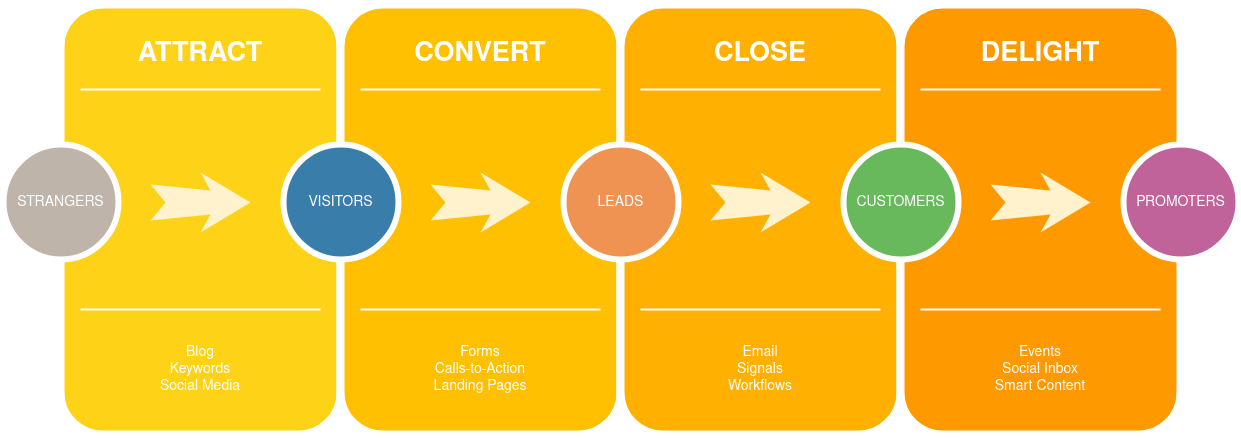
enavarrom/operatortest keeps this draw.io diagram as CD_Diagram.drawio.png. Above is the earlier version. Source tidied: cells renumbered, new cells last; positions are measured from the earlier drawing's top-left corner, leaving out a move shared by most shapes. The source it was exported from:
```xml
<mxGraphModel>
  <root>
    <mxCell id="0" />
    <mxCell id="1" parent="0" />
    <mxCell id="2" style="whiteSpace=wrap;html=1;rounded=1;shadow=0;strokeWidth=8;fontSize=20;align=center;fillColor=#FED217;strokeColor=#FFFFFF;" parent="1" vertex="1">
      <mxGeometry x="57" width="280" height="430" as="geometry" />
    </mxCell>
    <mxCell id="3" value="ATTRACT" style="text;html=1;strokeColor=none;fillColor=none;align=center;verticalAlign=middle;whiteSpace=wrap;rounded=0;shadow=0;fontSize=27;fontColor=#FFFFFF;fontStyle=1;" parent="1" vertex="1">
      <mxGeometry x="57" y="20" width="280" height="60" as="geometry" />
    </mxCell>
    <mxCell id="4" value="Blog&lt;div&gt;Keywords&lt;/div&gt;&lt;div&gt;Social Media&lt;/div&gt;" style="text;html=1;strokeColor=none;fillColor=none;align=center;verticalAlign=middle;whiteSpace=wrap;rounded=0;shadow=0;fontSize=14;fontColor=#FFFFFF;" parent="1" vertex="1">
      <mxGeometry x="57" y="320" width="280" height="90" as="geometry" />
    </mxCell>
    <mxCell id="5" style="line;strokeWidth=2;html=1;rounded=0;shadow=0;fontSize=27;align=center;fillColor=none;strokeColor=#FFFFFF;" parent="1" vertex="1">
      <mxGeometry x="77" y="80" width="240" height="10" as="geometry" />
    </mxCell>
    <mxCell id="6" style="line;strokeWidth=2;html=1;rounded=0;shadow=0;fontSize=27;align=center;fillColor=none;strokeColor=#FFFFFF;" parent="1" vertex="1">
      <mxGeometry x="77" y="300" width="240" height="10" as="geometry" />
    </mxCell>
    <mxCell id="7" value="STRANGERS" style="ellipse;whiteSpace=wrap;html=1;rounded=0;shadow=0;strokeWidth=6;fontSize=14;align=center;fillColor=#BFB4A9;strokeColor=#FFFFFF;fontColor=#FFFFFF;" parent="1" vertex="1">
      <mxGeometry y="140" width="115" height="115" as="geometry" />
    </mxCell>
    <mxCell id="8" style="html=1;shadow=0;dashed=0;align=center;verticalAlign=middle;shape=mxgraph.arrows2.stylisedArrow;dy=0.6;dx=40;notch=15;feather=0.4;rounded=0;strokeWidth=1;fontSize=27;strokeColor=none;fillColor=#fff2cc;" parent="1" vertex="1">
      <mxGeometry x="147" y="168" width="100" height="60" as="geometry" />
    </mxCell>
    <mxCell id="9" style="whiteSpace=wrap;html=1;rounded=1;shadow=0;strokeWidth=8;fontSize=20;align=center;fillColor=#FFC001;strokeColor=#FFFFFF;" parent="1" vertex="1">
      <mxGeometry x="337" width="280" height="430" as="geometry" />
    </mxCell>
    <mxCell id="10" value="CONVERT" style="text;html=1;strokeColor=none;fillColor=none;align=center;verticalAlign=middle;whiteSpace=wrap;rounded=0;shadow=0;fontSize=27;fontColor=#FFFFFF;fontStyle=1;" parent="1" vertex="1">
      <mxGeometry x="337" y="20" width="280" height="60" as="geometry" />
    </mxCell>
    <mxCell id="11" value="Forms&lt;div&gt;Calls-to-Action&lt;/div&gt;&lt;div&gt;Landing Pages&lt;/div&gt;" style="text;html=1;strokeColor=none;fillColor=none;align=center;verticalAlign=middle;whiteSpace=wrap;rounded=0;shadow=0;fontSize=14;fontColor=#FFFFFF;" parent="1" vertex="1">
      <mxGeometry x="337" y="320" width="280" height="90" as="geometry" />
    </mxCell>
    <mxCell id="12" style="line;strokeWidth=2;html=1;rounded=0;shadow=0;fontSize=27;align=center;fillColor=none;strokeColor=#FFFFFF;" parent="1" vertex="1">
      <mxGeometry x="357" y="80" width="240" height="10" as="geometry" />
    </mxCell>
    <mxCell id="13" style="line;strokeWidth=2;html=1;rounded=0;shadow=0;fontSize=27;align=center;fillColor=none;strokeColor=#FFFFFF;" parent="1" vertex="1">
      <mxGeometry x="357" y="300" width="240" height="10" as="geometry" />
    </mxCell>
    <mxCell id="14" value="VISITORS" style="ellipse;whiteSpace=wrap;html=1;rounded=0;shadow=0;strokeWidth=6;fontSize=14;align=center;fillColor=#397DAA;strokeColor=#FFFFFF;fontColor=#FFFFFF;" parent="1" vertex="1">
      <mxGeometry x="280" y="140" width="115" height="115" as="geometry" />
    </mxCell>
    <mxCell id="15" style="html=1;shadow=0;dashed=0;align=center;verticalAlign=middle;shape=mxgraph.arrows2.stylisedArrow;dy=0.6;dx=40;notch=15;feather=0.4;rounded=0;strokeWidth=1;fontSize=27;strokeColor=none;fillColor=#fff2cc;" parent="1" vertex="1">
      <mxGeometry x="427" y="168" width="100" height="60" as="geometry" />
    </mxCell>
    <mxCell id="16" style="whiteSpace=wrap;html=1;rounded=1;shadow=0;strokeWidth=8;fontSize=20;align=center;fillColor=#FFB001;strokeColor=#FFFFFF;" parent="1" vertex="1">
      <mxGeometry x="617" width="280" height="430" as="geometry" />
    </mxCell>
    <mxCell id="17" value="CLOSE" style="text;html=1;strokeColor=none;fillColor=none;align=center;verticalAlign=middle;whiteSpace=wrap;rounded=0;shadow=0;fontSize=27;fontColor=#FFFFFF;fontStyle=1;" parent="1" vertex="1">
      <mxGeometry x="617" y="20" width="280" height="60" as="geometry" />
    </mxCell>
    <mxCell id="18" value="Email&lt;div&gt;Signals&lt;/div&gt;&lt;div&gt;Workflows&lt;/div&gt;" style="text;html=1;strokeColor=none;fillColor=none;align=center;verticalAlign=middle;whiteSpace=wrap;rounded=0;shadow=0;fontSize=14;fontColor=#FFFFFF;" parent="1" vertex="1">
      <mxGeometry x="617" y="320" width="280" height="90" as="geometry" />
    </mxCell>
    <mxCell id="19" style="line;strokeWidth=2;html=1;rounded=0;shadow=0;fontSize=27;align=center;fillColor=none;strokeColor=#FFFFFF;" parent="1" vertex="1">
      <mxGeometry x="637" y="80" width="240" height="10" as="geometry" />
    </mxCell>
    <mxCell id="20" style="line;strokeWidth=2;html=1;rounded=0;shadow=0;fontSize=27;align=center;fillColor=none;strokeColor=#FFFFFF;" parent="1" vertex="1">
      <mxGeometry x="637" y="300" width="240" height="10" as="geometry" />
    </mxCell>
    <mxCell id="21" value="LEADS" style="ellipse;whiteSpace=wrap;html=1;rounded=0;shadow=0;strokeWidth=6;fontSize=14;align=center;fillColor=#EF9353;strokeColor=#FFFFFF;fontColor=#FFFFFF;" parent="1" vertex="1">
      <mxGeometry x="560" y="140" width="115" height="115" as="geometry" />
    </mxCell>
    <mxCell id="22" style="html=1;shadow=0;dashed=0;align=center;verticalAlign=middle;shape=mxgraph.arrows2.stylisedArrow;dy=0.6;dx=40;notch=15;feather=0.4;rounded=0;strokeWidth=1;fontSize=27;strokeColor=none;fillColor=#fff2cc;" parent="1" vertex="1">
      <mxGeometry x="707" y="168" width="100" height="60" as="geometry" />
    </mxCell>
    <mxCell id="23" style="whiteSpace=wrap;html=1;rounded=1;shadow=0;strokeWidth=8;fontSize=20;align=center;fillColor=#FE9900;strokeColor=#FFFFFF;" parent="1" vertex="1">
      <mxGeometry x="897" width="280" height="430" as="geometry" />
    </mxCell>
    <mxCell id="24" value="DELIGHT" style="text;html=1;strokeColor=none;fillColor=none;align=center;verticalAlign=middle;whiteSpace=wrap;rounded=0;shadow=0;fontSize=27;fontColor=#FFFFFF;fontStyle=1;" parent="1" vertex="1">
      <mxGeometry x="897" y="20" width="280" height="60" as="geometry" />
    </mxCell>
    <mxCell id="25" value="Events&lt;div&gt;Social Inbox&lt;/div&gt;&lt;div&gt;Smart Content&lt;/div&gt;" style="text;html=1;strokeColor=none;fillColor=none;align=center;verticalAlign=middle;whiteSpace=wrap;rounded=0;shadow=0;fontSize=14;fontColor=#FFFFFF;" parent="1" vertex="1">
      <mxGeometry x="897" y="320" width="280" height="90" as="geometry" />
    </mxCell>
    <mxCell id="26" style="line;strokeWidth=2;html=1;rounded=0;shadow=0;fontSize=27;align=center;fillColor=none;strokeColor=#FFFFFF;" parent="1" vertex="1">
      <mxGeometry x="917" y="80" width="240" height="10" as="geometry" />
    </mxCell>
    <mxCell id="27" style="line;strokeWidth=2;html=1;rounded=0;shadow=0;fontSize=27;align=center;fillColor=none;strokeColor=#FFFFFF;" parent="1" vertex="1">
      <mxGeometry x="917" y="300" width="240" height="10" as="geometry" />
    </mxCell>
    <mxCell id="28" value="CUSTOMERS" style="ellipse;whiteSpace=wrap;html=1;rounded=0;shadow=0;strokeWidth=6;fontSize=14;align=center;fillColor=#68B85C;strokeColor=#FFFFFF;fontColor=#FFFFFF;" parent="1" vertex="1">
      <mxGeometry x="840" y="140" width="115" height="115" as="geometry" />
    </mxCell>
    <mxCell id="29" style="html=1;shadow=0;dashed=0;align=center;verticalAlign=middle;shape=mxgraph.arrows2.stylisedArrow;dy=0.6;dx=40;notch=15;feather=0.4;rounded=0;strokeWidth=1;fontSize=27;strokeColor=none;fillColor=#fff2cc;" parent="1" vertex="1">
      <mxGeometry x="987" y="168" width="100" height="60" as="geometry" />
    </mxCell>
    <mxCell id="30" value="PROMOTERS" style="ellipse;whiteSpace=wrap;html=1;rounded=0;shadow=0;strokeWidth=6;fontSize=14;align=center;fillColor=#BF639A;strokeColor=#FFFFFF;fontColor=#FFFFFF;" parent="1" vertex="1">
      <mxGeometry x="1120" y="140" width="115" height="115" as="geometry" />
    </mxCell>
  </root>
</mxGraphModel>
```
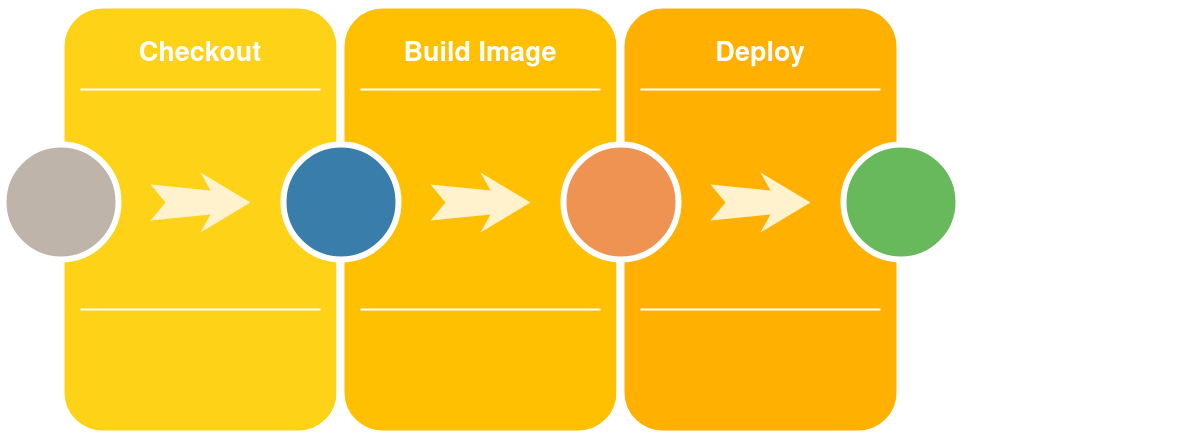
After the commit.

Diff of the diagram source:
```diff
@@ -5,19 +5,16 @@
     <mxCell id="2" style="whiteSpace=wrap;html=1;rounded=1;shadow=0;strokeWidth=8;fontSize=20;align=center;fillColor=#FED217;strokeColor=#FFFFFF;" parent="1" vertex="1">
       <mxGeometry x="57" width="280" height="430" as="geometry" />
     </mxCell>
-    <mxCell id="3" value="ATTRACT" style="text;html=1;strokeColor=none;fillColor=none;align=center;verticalAlign=middle;whiteSpace=wrap;rounded=0;shadow=0;fontSize=27;fontColor=#FFFFFF;fontStyle=1;" parent="1" vertex="1">
+    <mxCell id="3" value="Checkout" style="text;html=1;strokeColor=none;fillColor=none;align=center;verticalAlign=middle;whiteSpace=wrap;rounded=0;shadow=0;fontSize=27;fontColor=#FFFFFF;fontStyle=1;" parent="1" vertex="1">
       <mxGeometry x="57" y="20" width="280" height="60" as="geometry" />
     </mxCell>
-    <mxCell id="4" value="Blog&lt;div&gt;Keywords&lt;/div&gt;&lt;div&gt;Social Media&lt;/div&gt;" style="text;html=1;strokeColor=none;fillColor=none;align=center;verticalAlign=middle;whiteSpace=wrap;rounded=0;shadow=0;fontSize=14;fontColor=#FFFFFF;" parent="1" vertex="1">
-      <mxGeometry x="57" y="320" width="280" height="90" as="geometry" />
-    </mxCell>
     <mxCell id="5" style="line;strokeWidth=2;html=1;rounded=0;shadow=0;fontSize=27;align=center;fillColor=none;strokeColor=#FFFFFF;" parent="1" vertex="1">
       <mxGeometry x="77" y="80" width="240" height="10" as="geometry" />
     </mxCell>
     <mxCell id="6" style="line;strokeWidth=2;html=1;rounded=0;shadow=0;fontSize=27;align=center;fillColor=none;strokeColor=#FFFFFF;" parent="1" vertex="1">
       <mxGeometry x="77" y="300" width="240" height="10" as="geometry" />
     </mxCell>
-    <mxCell id="7" value="STRANGERS" style="ellipse;whiteSpace=wrap;html=1;rounded=0;shadow=0;strokeWidth=6;fontSize=14;align=center;fillColor=#BFB4A9;strokeColor=#FFFFFF;fontColor=#FFFFFF;" parent="1" vertex="1">
+    <mxCell id="7" style="ellipse;whiteSpace=wrap;html=1;rounded=0;shadow=0;strokeWidth=6;fontSize=14;align=center;fillColor=#BFB4A9;strokeColor=#FFFFFF;fontColor=#FFFFFF;" parent="1" vertex="1">
       <mxGeometry y="140" width="115" height="115" as="geometry" />
     </mxCell>
     <mxCell id="8" style="html=1;shadow=0;dashed=0;align=center;verticalAlign=middle;shape=mxgraph.arrows2.stylisedArrow;dy=0.6;dx=40;notch=15;feather=0.4;rounded=0;strokeWidth=1;fontSize=27;strokeColor=none;fillColor=#fff2cc;" parent="1" vertex="1">
@@ -26,19 +23,16 @@
     <mxCell id="9" style="whiteSpace=wrap;html=1;rounded=1;shadow=0;strokeWidth=8;fontSize=20;align=center;fillColor=#FFC001;strokeColor=#FFFFFF;" parent="1" vertex="1">
       <mxGeometry x="337" width="280" height="430" as="geometry" />
     </mxCell>
-    <mxCell id="10" value="CONVERT" style="text;html=1;strokeColor=none;fillColor=none;align=center;verticalAlign=middle;whiteSpace=wrap;rounded=0;shadow=0;fontSize=27;fontColor=#FFFFFF;fontStyle=1;" parent="1" vertex="1">
+    <mxCell id="10" value="Build Image" style="text;html=1;strokeColor=none;fillColor=none;align=center;verticalAlign=middle;whiteSpace=wrap;rounded=0;shadow=0;fontSize=27;fontColor=#FFFFFF;fontStyle=1;" parent="1" vertex="1">
       <mxGeometry x="337" y="20" width="280" height="60" as="geometry" />
     </mxCell>
-    <mxCell id="11" value="Forms&lt;div&gt;Calls-to-Action&lt;/div&gt;&lt;div&gt;Landing Pages&lt;/div&gt;" style="text;html=1;strokeColor=none;fillColor=none;align=center;verticalAlign=middle;whiteSpace=wrap;rounded=0;shadow=0;fontSize=14;fontColor=#FFFFFF;" parent="1" vertex="1">
-      <mxGeometry x="337" y="320" width="280" height="90" as="geometry" />
-    </mxCell>
     <mxCell id="12" style="line;strokeWidth=2;html=1;rounded=0;shadow=0;fontSize=27;align=center;fillColor=none;strokeColor=#FFFFFF;" parent="1" vertex="1">
       <mxGeometry x="357" y="80" width="240" height="10" as="geometry" />
     </mxCell>
     <mxCell id="13" style="line;strokeWidth=2;html=1;rounded=0;shadow=0;fontSize=27;align=center;fillColor=none;strokeColor=#FFFFFF;" parent="1" vertex="1">
       <mxGeometry x="357" y="300" width="240" height="10" as="geometry" />
     </mxCell>
-    <mxCell id="14" value="VISITORS" style="ellipse;whiteSpace=wrap;html=1;rounded=0;shadow=0;strokeWidth=6;fontSize=14;align=center;fillColor=#397DAA;strokeColor=#FFFFFF;fontColor=#FFFFFF;" parent="1" vertex="1">
+    <mxCell id="14" style="ellipse;whiteSpace=wrap;html=1;rounded=0;shadow=0;strokeWidth=6;fontSize=14;align=center;fillColor=#397DAA;strokeColor=#FFFFFF;fontColor=#FFFFFF;" parent="1" vertex="1">
       <mxGeometry x="280" y="140" width="115" height="115" as="geometry" />
     </mxCell>
     <mxCell id="15" style="html=1;shadow=0;dashed=0;align=center;verticalAlign=middle;shape=mxgraph.arrows2.stylisedArrow;dy=0.6;dx=40;notch=15;feather=0.4;rounded=0;strokeWidth=1;fontSize=27;strokeColor=none;fillColor=#fff2cc;" parent="1" vertex="1">
@@ -47,30 +41,21 @@
     <mxCell id="16" style="whiteSpace=wrap;html=1;rounded=1;shadow=0;strokeWidth=8;fontSize=20;align=center;fillColor=#FFB001;strokeColor=#FFFFFF;" parent="1" vertex="1">
       <mxGeometry x="617" width="280" height="430" as="geometry" />
     </mxCell>
-    <mxCell id="17" value="CLOSE" style="text;html=1;strokeColor=none;fillColor=none;align=center;verticalAlign=middle;whiteSpace=wrap;rounded=0;shadow=0;fontSize=27;fontColor=#FFFFFF;fontStyle=1;" parent="1" vertex="1">
+    <mxCell id="17" value="Deploy" style="text;html=1;strokeColor=none;fillColor=none;align=center;verticalAlign=middle;whiteSpace=wrap;rounded=0;shadow=0;fontSize=27;fontColor=#FFFFFF;fontStyle=1;" parent="1" vertex="1">
       <mxGeometry x="617" y="20" width="280" height="60" as="geometry" />
     </mxCell>
-    <mxCell id="18" value="Email&lt;div&gt;Signals&lt;/div&gt;&lt;div&gt;Workflows&lt;/div&gt;" style="text;html=1;strokeColor=none;fillColor=none;align=center;verticalAlign=middle;whiteSpace=wrap;rounded=0;shadow=0;fontSize=14;fontColor=#FFFFFF;" parent="1" vertex="1">
-      <mxGeometry x="617" y="320" width="280" height="90" as="geometry" />
-    </mxCell>
     <mxCell id="19" style="line;strokeWidth=2;html=1;rounded=0;shadow=0;fontSize=27;align=center;fillColor=none;strokeColor=#FFFFFF;" parent="1" vertex="1">
       <mxGeometry x="637" y="80" width="240" height="10" as="geometry" />
     </mxCell>
     <mxCell id="20" style="line;strokeWidth=2;html=1;rounded=0;shadow=0;fontSize=27;align=center;fillColor=none;strokeColor=#FFFFFF;" parent="1" vertex="1">
       <mxGeometry x="637" y="300" width="240" height="10" as="geometry" />
     </mxCell>
-    <mxCell id="21" value="LEADS" style="ellipse;whiteSpace=wrap;html=1;rounded=0;shadow=0;strokeWidth=6;fontSize=14;align=center;fillColor=#EF9353;strokeColor=#FFFFFF;fontColor=#FFFFFF;" parent="1" vertex="1">
+    <mxCell id="21" style="ellipse;whiteSpace=wrap;html=1;rounded=0;shadow=0;strokeWidth=6;fontSize=14;align=center;fillColor=#EF9353;strokeColor=#FFFFFF;fontColor=#FFFFFF;" parent="1" vertex="1">
       <mxGeometry x="560" y="140" width="115" height="115" as="geometry" />
     </mxCell>
     <mxCell id="22" style="html=1;shadow=0;dashed=0;align=center;verticalAlign=middle;shape=mxgraph.arrows2.stylisedArrow;dy=0.6;dx=40;notch=15;feather=0.4;rounded=0;strokeWidth=1;fontSize=27;strokeColor=none;fillColor=#fff2cc;" parent="1" vertex="1">
       <mxGeometry x="707" y="168" width="100" height="60" as="geometry" />
     </mxCell>
-    <mxCell id="23" style="whiteSpace=wrap;html=1;rounded=1;shadow=0;strokeWidth=8;fontSize=20;align=center;fillColor=#FE9900;strokeColor=#FFFFFF;" parent="1" vertex="1">
-      <mxGeometry x="897" width="280" height="430" as="geometry" />
-    </mxCell>
-    <mxCell id="24" value="DELIGHT" style="text;html=1;strokeColor=none;fillColor=none;align=center;verticalAlign=middle;whiteSpace=wrap;rounded=0;shadow=0;fontSize=27;fontColor=#FFFFFF;fontStyle=1;" parent="1" vertex="1">
-      <mxGeometry x="897" y="20" width="280" height="60" as="geometry" />
-    </mxCell>
     <mxCell id="25" value="Events&lt;div&gt;Social Inbox&lt;/div&gt;&lt;div&gt;Smart Content&lt;/div&gt;" style="text;html=1;strokeColor=none;fillColor=none;align=center;verticalAlign=middle;whiteSpace=wrap;rounded=0;shadow=0;fontSize=14;fontColor=#FFFFFF;" parent="1" vertex="1">
       <mxGeometry x="897" y="320" width="280" height="90" as="geometry" />
     </mxCell>
@@ -80,14 +65,8 @@
     <mxCell id="27" style="line;strokeWidth=2;html=1;rounded=0;shadow=0;fontSize=27;align=center;fillColor=none;strokeColor=#FFFFFF;" parent="1" vertex="1">
       <mxGeometry x="917" y="300" width="240" height="10" as="geometry" />
     </mxCell>
-    <mxCell id="28" value="CUSTOMERS" style="ellipse;whiteSpace=wrap;html=1;rounded=0;shadow=0;strokeWidth=6;fontSize=14;align=center;fillColor=#68B85C;strokeColor=#FFFFFF;fontColor=#FFFFFF;" parent="1" vertex="1">
+    <mxCell id="28" style="ellipse;whiteSpace=wrap;html=1;rounded=0;shadow=0;strokeWidth=6;fontSize=14;align=center;fillColor=#68B85C;strokeColor=#FFFFFF;fontColor=#FFFFFF;" parent="1" vertex="1">
       <mxGeometry x="840" y="140" width="115" height="115" as="geometry" />
     </mxCell>
-    <mxCell id="29" style="html=1;shadow=0;dashed=0;align=center;verticalAlign=middle;shape=mxgraph.arrows2.stylisedArrow;dy=0.6;dx=40;notch=15;feather=0.4;rounded=0;strokeWidth=1;fontSize=27;strokeColor=none;fillColor=#fff2cc;" parent="1" vertex="1">
-      <mxGeometry x="987" y="168" width="100" height="60" as="geometry" />
-    </mxCell>
-    <mxCell id="30" value="PROMOTERS" style="ellipse;whiteSpace=wrap;html=1;rounded=0;shadow=0;strokeWidth=6;fontSize=14;align=center;fillColor=#BF639A;strokeColor=#FFFFFF;fontColor=#FFFFFF;" parent="1" vertex="1">
-      <mxGeometry x="1120" y="140" width="115" height="115" as="geometry" />
-    </mxCell>
   </root>
 </mxGraphModel>
```
